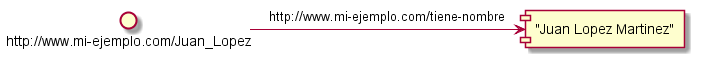
This is Diagramas UML/tripletaBasica2.png from eriknovic/mi-proyecto-erik, a PlantUML export, as it was before one commit.
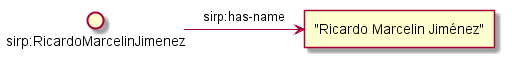
The same diagram one commit later.

Diff of the diagram source:
```diff
@@ -1,7 +1,7 @@
 @startuml
-interface "http://www.mi-ejemplo.com/Juan_Lopez" as juan
+interface "sirp:RicardoMarcelinJimenez" as ricardo
 
-() juan -> ["Juan Lopez Martinez"] : "http://www.mi-ejemplo.com/tiene-nombre"
+() ricardo -> ["Ricardo Marcelin Jiménez"] : "sirp:has-name"
 
 
 @enduml
```
